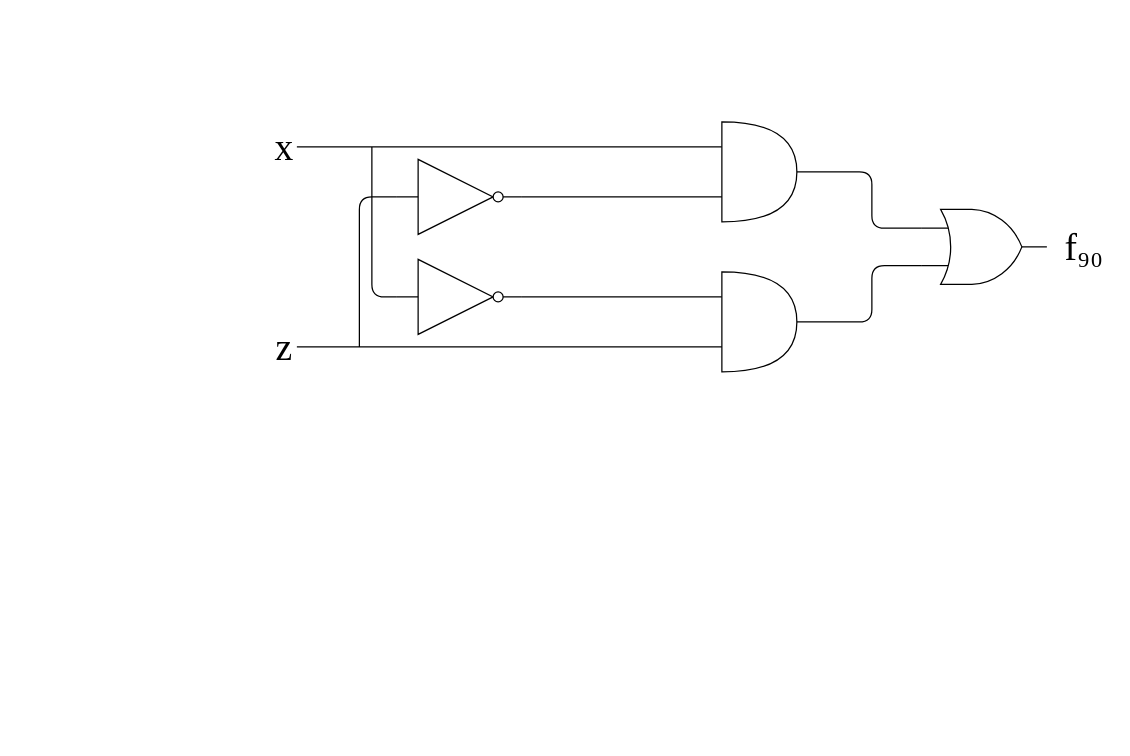
This is L演習2.drawio from PoriPoriPori/Pori, a draw.io file, before an edit. Source tidied: cells renumbered, new cells numbered last; positions are measured from the earlier drawing's top-left corner, leaving out a move shared by most shapes. Both pictures are drawn from the tidied source at 125%, with x=0, y=0 at pixel (259, 121).
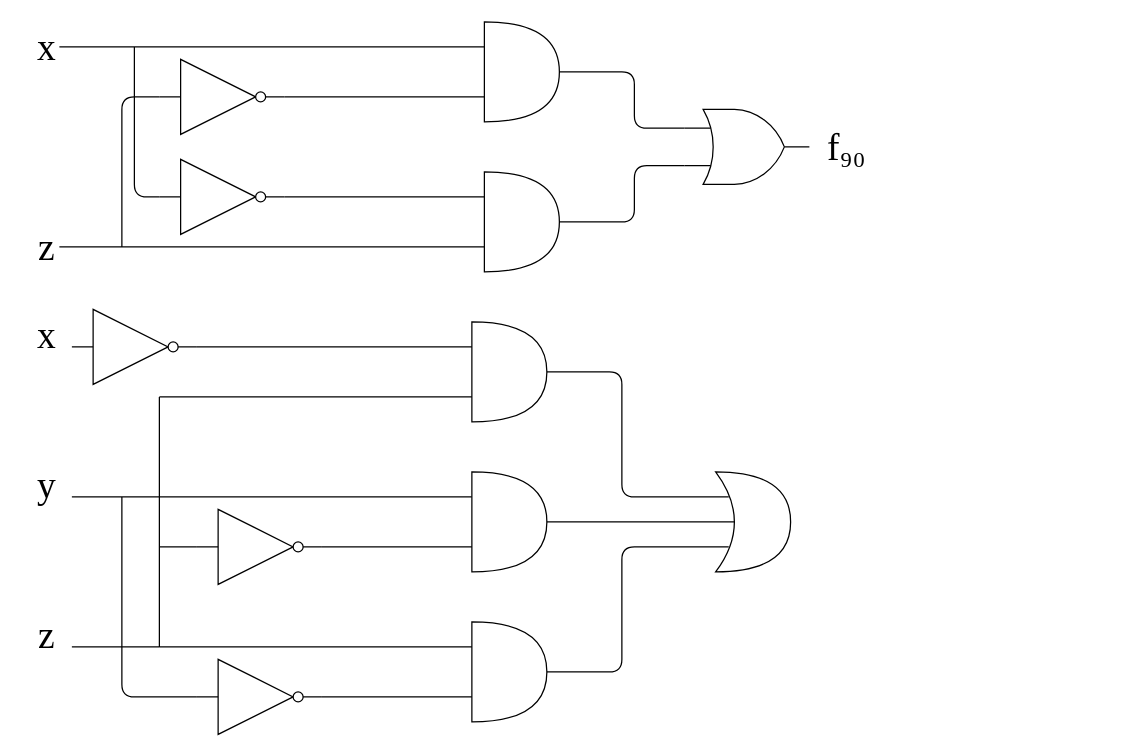
The same page after the edit.

Diff of the diagram source:
```diff
@@
-    <mxCell id="2" style="group;" parent="1" vertex="1">
-      <mxGeometry width="680" height="200" as="geometry" />
-    </mxCell>
-    <mxCell id="3" style="endArrow=none;html=1;entryX=0;entryY=0.25;entryDx=0;entryDy=0;entryPerimeter=0;" parent="2" edge="1" target="7">
-      <mxGeometry relative="1" as="geometry">
-        <mxPoint x="30" y="20" as="sourcePoint" />
-      </mxGeometry>
-    </mxCell>
+    <mxCell id="19" style="shape=xor;whiteSpace=wrap;html=1;" parent="1" vertex="1">
+      <mxGeometry x="365" y="280" width="60" height="80" as="geometry" />
+    </mxCell>
+    <mxCell id="20" style="shape=or;whiteSpace=wrap;html=1;" parent="1" vertex="1">
+      <mxGeometry x="170" y="160" width="60" height="80" as="geometry" />
+    </mxCell>
+    <mxCell id="21" style="group;" parent="1" vertex="1">
+      <mxGeometry x="-190" y="-80" width="680" height="200" as="geometry" />
+    </mxCell>
+    <mxCell id="22" style="endArrow=none;html=1;entryX=0;entryY=0.25;entryDx=0;entryDy=0;entryPerimeter=0;" parent="21" edge="1" target="7">
+      <mxGeometry relative="1" as="geometry">
+        <mxPoint x="30" y="20" as="sourcePoint" />
+      </mxGeometry>
+    </mxCell>
-    <mxCell id="4" style="verticalLabelPosition=bottom;shadow=0;dashed=0;align=center;html=1;verticalAlign=top;shape=mxgraph.electrical.logic_gates.inverter_2;sketch=0;strokeColor=#000000;fillColor=#ffffff;" parent="2" vertex="1">
+    <mxCell id="4" style="verticalLabelPosition=bottom;shadow=0;dashed=0;align=center;html=1;verticalAlign=top;shape=mxgraph.electrical.logic_gates.inverter_2;sketch=0;strokeColor=#000000;fillColor=#ffffff;" parent="21" vertex="1">
       <mxGeometry x="110" y="110" width="100" height="60" as="geometry" />
     </mxCell>
-    <mxCell id="5" style="verticalLabelPosition=bottom;shadow=0;dashed=0;align=center;html=1;verticalAlign=top;shape=mxgraph.electrical.logic_gates.logic_gate;operation=or;sketch=0;strokeColor=#000000;fillColor=#ffffff;" parent="2" vertex="1">
+    <mxCell id="5" style="verticalLabelPosition=bottom;shadow=0;dashed=0;align=center;html=1;verticalAlign=top;shape=mxgraph.electrical.logic_gates.logic_gate;operation=or;sketch=0;strokeColor=#000000;fillColor=#ffffff;" parent="21" vertex="1">
       <mxGeometry x="530" y="70" width="100" height="60" as="geometry" />
     </mxCell>
-    <mxCell id="6" style="verticalLabelPosition=bottom;shadow=0;dashed=0;align=center;html=1;verticalAlign=top;shape=mxgraph.electrical.logic_gates.inverter_2;sketch=0;strokeColor=#000000;fillColor=#ffffff;" parent="2" vertex="1">
+    <mxCell id="6" style="verticalLabelPosition=bottom;shadow=0;dashed=0;align=center;html=1;verticalAlign=top;shape=mxgraph.electrical.logic_gates.inverter_2;sketch=0;strokeColor=#000000;fillColor=#ffffff;" parent="21" vertex="1">
       <mxGeometry x="110" y="30" width="100" height="60" as="geometry" />
     </mxCell>
-    <mxCell id="7" style="shape=or;whiteSpace=wrap;html=1;shadow=0;sketch=0;strokeColor=#000000;fillColor=#ffffff;" parent="2" vertex="1">
+    <mxCell id="7" style="shape=or;whiteSpace=wrap;html=1;shadow=0;sketch=0;strokeColor=#000000;fillColor=#ffffff;" parent="21" vertex="1">
       <mxGeometry x="370" width="60" height="80" as="geometry" />
     </mxCell>
-    <mxCell id="8" style="endArrow=none;html=1;entryX=0;entryY=0.25;entryDx=0;entryDy=0;entryPerimeter=0;exitX=1;exitY=0.5;exitDx=0;exitDy=0;exitPerimeter=0;" parent="2" edge="1" source="4" target="9">
+    <mxCell id="8" style="endArrow=none;html=1;entryX=0;entryY=0.25;entryDx=0;entryDy=0;entryPerimeter=0;exitX=1;exitY=0.5;exitDx=0;exitDy=0;exitPerimeter=0;" parent="21" edge="1" source="4" target="9">
       <mxGeometry relative="1" as="geometry" />
     </mxCell>
-    <mxCell id="9" style="shape=or;whiteSpace=wrap;html=1;shadow=0;sketch=0;strokeColor=#000000;fillColor=#ffffff;" parent="2" vertex="1">
+    <mxCell id="9" style="shape=or;whiteSpace=wrap;html=1;shadow=0;sketch=0;strokeColor=#000000;fillColor=#ffffff;" parent="21" vertex="1">
       <mxGeometry x="370" y="120" width="60" height="80" as="geometry" />
     </mxCell>
-    <mxCell id="10" style="endArrow=none;html=1;exitX=0;exitY=0.5;exitDx=0;exitDy=0;exitPerimeter=0;" parent="2" edge="1" source="4">
-      <mxGeometry relative="1" as="geometry">
-        <mxPoint x="90" y="20" as="targetPoint" />
-        <Array as="points">
-          <mxPoint x="90" y="140" />
-        </Array>
-      </mxGeometry>
-    </mxCell>
+    <mxCell id="23" style="endArrow=none;html=1;exitX=0;exitY=0.5;exitDx=0;exitDy=0;exitPerimeter=0;" parent="21" edge="1" source="4">
+      <mxGeometry relative="1" as="geometry">
+        <mxPoint x="90" y="20" as="targetPoint" />
+        <Array as="points">
+          <mxPoint x="90" y="140" />
+        </Array>
+      </mxGeometry>
+    </mxCell>
-    <mxCell id="11" style="endArrow=none;html=1;entryX=0;entryY=0.75;entryDx=0;entryDy=0;entryPerimeter=0;exitX=1;exitY=0.5;exitDx=0;exitDy=0;exitPerimeter=0;" parent="2" edge="1" source="6" target="7">
+    <mxCell id="11" style="endArrow=none;html=1;entryX=0;entryY=0.75;entryDx=0;entryDy=0;entryPerimeter=0;exitX=1;exitY=0.5;exitDx=0;exitDy=0;exitPerimeter=0;" parent="21" edge="1" source="6" target="7">
       <mxGeometry relative="1" as="geometry" />
     </mxCell>
-    <mxCell id="12" style="endArrow=none;html=1;entryX=0;entryY=0.75;entryDx=0;entryDy=0;entryPerimeter=0;" parent="2" edge="1" target="9">
-      <mxGeometry relative="1" as="geometry">
-        <mxPoint x="30" y="180" as="sourcePoint" />
-      </mxGeometry>
-    </mxCell>
-    <mxCell id="13" style="endArrow=none;html=1;exitX=0;exitY=0.5;exitDx=0;exitDy=0;exitPerimeter=0;" parent="2" edge="1" source="6">
-      <mxGeometry relative="1" as="geometry">
-        <mxPoint x="80" y="180" as="targetPoint" />
-        <Array as="points">
-          <mxPoint x="80" y="60" />
-        </Array>
-      </mxGeometry>
-    </mxCell>
+    <mxCell id="24" style="endArrow=none;html=1;entryX=0;entryY=0.75;entryDx=0;entryDy=0;entryPerimeter=0;" parent="21" edge="1" target="9">
+      <mxGeometry relative="1" as="geometry">
+        <mxPoint x="30" y="180" as="sourcePoint" />
+      </mxGeometry>
+    </mxCell>
+    <mxCell id="25" style="endArrow=none;html=1;exitX=0;exitY=0.5;exitDx=0;exitDy=0;exitPerimeter=0;" parent="21" edge="1" source="6">
+      <mxGeometry relative="1" as="geometry">
+        <mxPoint x="80" y="180" as="targetPoint" />
+        <Array as="points">
+          <mxPoint x="80" y="60" />
+        </Array>
+      </mxGeometry>
+    </mxCell>
-    <mxCell id="14" style="endArrow=none;html=1;entryX=0;entryY=0.25;entryDx=0;entryDy=0;entryPerimeter=0;exitX=1;exitY=0.5;exitDx=0;exitDy=0;exitPerimeter=0;" parent="2" edge="1" source="7" target="5">
+    <mxCell id="14" style="endArrow=none;html=1;entryX=0;entryY=0.25;entryDx=0;entryDy=0;entryPerimeter=0;exitX=1;exitY=0.5;exitDx=0;exitDy=0;exitPerimeter=0;" parent="21" edge="1" source="7" target="5">
       <mxGeometry relative="1" as="geometry">
         <Array as="points">
           <mxPoint x="490" y="40" />
           <mxPoint x="490" y="85" />
         </Array>
       </mxGeometry>
     </mxCell>
-    <mxCell id="15" style="endArrow=none;html=1;entryX=0;entryY=0.75;entryDx=0;entryDy=0;entryPerimeter=0;exitX=1;exitY=0.5;exitDx=0;exitDy=0;exitPerimeter=0;" parent="2" edge="1" source="9" target="5">
+    <mxCell id="15" style="endArrow=none;html=1;entryX=0;entryY=0.75;entryDx=0;entryDy=0;entryPerimeter=0;exitX=1;exitY=0.5;exitDx=0;exitDy=0;exitPerimeter=0;" parent="21" edge="1" source="9" target="5">
       <mxGeometry relative="1" as="geometry">
         <Array as="points">
           <mxPoint x="490" y="160" />
           <mxPoint x="490" y="115" />
         </Array>
       </mxGeometry>
     </mxCell>
-    <mxCell id="16" value="&lt;font style=&quot;font-size: 30px&quot; face=&quot;Times New Roman&quot;&gt;x&lt;/font&gt;" style="text;html=1;strokeColor=none;fillColor=none;align=center;verticalAlign=middle;whiteSpace=wrap;rounded=0;shadow=0;sketch=0;" parent="2" vertex="1">
+    <mxCell id="16" value="&lt;font style=&quot;font-size: 30px&quot; face=&quot;Times New Roman&quot;&gt;x&lt;/font&gt;" style="text;html=1;strokeColor=none;fillColor=none;align=center;verticalAlign=middle;whiteSpace=wrap;rounded=0;shadow=0;sketch=0;" parent="21" vertex="1">
       <mxGeometry y="10" width="40" height="20" as="geometry" />
     </mxCell>
-    <mxCell id="17" value="&lt;font style=&quot;font-size: 30px&quot; face=&quot;Times New Roman&quot;&gt;z&lt;/font&gt;" style="text;html=1;strokeColor=none;fillColor=none;align=center;verticalAlign=middle;whiteSpace=wrap;rounded=0;shadow=0;sketch=0;" parent="2" vertex="1">
+    <mxCell id="17" value="&lt;font style=&quot;font-size: 30px&quot; face=&quot;Times New Roman&quot;&gt;z&lt;/font&gt;" style="text;html=1;strokeColor=none;fillColor=none;align=center;verticalAlign=middle;whiteSpace=wrap;rounded=0;shadow=0;sketch=0;" parent="21" vertex="1">
       <mxGeometry y="170" width="40" height="20" as="geometry" />
     </mxCell>
-    <mxCell id="18" value="&lt;div style=&quot;font-size: 30px&quot;&gt;&lt;font style=&quot;font-size: 30px&quot; face=&quot;Times New Roman&quot;&gt;f₉₀&lt;/font&gt;&lt;/div&gt;" style="text;html=1;strokeColor=none;fillColor=none;align=center;verticalAlign=middle;whiteSpace=wrap;rounded=0;shadow=0;sketch=0;" parent="2" vertex="1">
+    <mxCell id="18" value="&lt;div style=&quot;font-size: 30px&quot;&gt;&lt;font style=&quot;font-size: 30px&quot; face=&quot;Times New Roman&quot;&gt;f₉₀&lt;/font&gt;&lt;/div&gt;" style="text;html=1;strokeColor=none;fillColor=none;align=center;verticalAlign=middle;whiteSpace=wrap;rounded=0;shadow=0;sketch=0;" parent="21" vertex="1">
       <mxGeometry x="640" y="90" width="40" height="20" as="geometry" />
     </mxCell>
+    <mxCell id="26" value="&lt;font style=&quot;font-size: 30px&quot; face=&quot;Times New Roman&quot;&gt;x&lt;/font&gt;" style="text;html=1;strokeColor=none;fillColor=none;align=center;verticalAlign=middle;whiteSpace=wrap;rounded=0;shadow=0;sketch=0;" parent="1" vertex="1">
+      <mxGeometry x="-190" y="160" width="40" height="20" as="geometry" />
+    </mxCell>
+    <mxCell id="27" value="&lt;font style=&quot;font-size: 30px&quot; face=&quot;Times New Roman&quot;&gt;z&lt;/font&gt;" style="text;html=1;strokeColor=none;fillColor=none;align=center;verticalAlign=middle;whiteSpace=wrap;rounded=0;shadow=0;sketch=0;" parent="1" vertex="1">
+      <mxGeometry x="-190" y="400" width="40" height="20" as="geometry" />
+    </mxCell>
+    <mxCell id="28" value="&lt;font style=&quot;font-size: 30px&quot; face=&quot;Times New Roman&quot;&gt;y&lt;/font&gt;" style="text;html=1;strokeColor=none;fillColor=none;align=center;verticalAlign=middle;whiteSpace=wrap;rounded=0;shadow=0;sketch=0;" parent="1" vertex="1">
+      <mxGeometry x="-190" y="280" width="40" height="20" as="geometry" />
+    </mxCell>
+    <mxCell id="29" style="endArrow=none;html=1;entryX=0;entryY=0.25;entryDx=0;entryDy=0;entryPerimeter=0;exitX=1;exitY=0.5;exitDx=0;exitDy=0;exitPerimeter=0;" parent="1" edge="1" source="30" target="20">
+      <mxGeometry relative="1" as="geometry" />
+    </mxCell>
+    <mxCell id="30" style="verticalLabelPosition=bottom;shadow=0;dashed=0;align=center;html=1;verticalAlign=top;shape=mxgraph.electrical.logic_gates.inverter_2;sketch=0;strokeColor=#000000;fillColor=#ffffff;" parent="1" vertex="1">
+      <mxGeometry x="-150" y="150" width="100" height="60" as="geometry" />
+    </mxCell>
+    <mxCell id="31" style="endArrow=none;html=1;entryX=1;entryY=1;entryDx=0;entryDy=0;exitX=0;exitY=0.25;exitDx=0;exitDy=0;exitPerimeter=0;" parent="1" edge="1" source="32" target="28">
+      <mxGeometry relative="1" as="geometry" />
+    </mxCell>
+    <mxCell id="32" style="shape=or;whiteSpace=wrap;html=1;" parent="1" vertex="1">
+      <mxGeometry x="170" y="280" width="60" height="80" as="geometry" />
+    </mxCell>
+    <mxCell id="33" style="shape=or;whiteSpace=wrap;html=1;" parent="1" vertex="1">
+      <mxGeometry x="170" y="400" width="60" height="80" as="geometry" />
+    </mxCell>
+    <mxCell id="34" style="verticalLabelPosition=bottom;shadow=0;dashed=0;align=center;html=1;verticalAlign=top;shape=mxgraph.electrical.logic_gates.inverter_2;sketch=0;strokeColor=#000000;fillColor=#ffffff;" parent="1" vertex="1">
+      <mxGeometry x="-50" y="310" width="100" height="60" as="geometry" />
+    </mxCell>
+    <mxCell id="35" style="endArrow=none;html=1;exitX=0;exitY=0.5;exitDx=0;exitDy=0;exitPerimeter=0;" parent="1" edge="1" source="34">
+      <mxGeometry relative="1" as="geometry">
+        <mxPoint x="-80" y="340" as="targetPoint" />
+      </mxGeometry>
+    </mxCell>
+    <mxCell id="36" style="endArrow=none;html=1;exitX=1;exitY=0.5;exitDx=0;exitDy=0;exitPerimeter=0;entryX=0;entryY=0.75;entryDx=0;entryDy=0;entryPerimeter=0;" parent="1" edge="1" source="34" target="32">
+      <mxGeometry relative="1" as="geometry" />
+    </mxCell>
+    <mxCell id="37" style="endArrow=none;html=1;exitX=0;exitY=0.5;exitDx=0;exitDy=0;exitPerimeter=0;" parent="1" edge="1" source="38">
+      <mxGeometry relative="1" as="geometry">
+        <mxPoint x="-110" y="300" as="targetPoint" />
+        <Array as="points">
+          <mxPoint x="-110" y="460" />
+        </Array>
+      </mxGeometry>
+    </mxCell>
+    <mxCell id="38" style="verticalLabelPosition=bottom;shadow=0;dashed=0;align=center;html=1;verticalAlign=top;shape=mxgraph.electrical.logic_gates.inverter_2;sketch=0;strokeColor=#000000;fillColor=#ffffff;" parent="1" vertex="1">
+      <mxGeometry x="-50" y="430" width="100" height="60" as="geometry" />
+    </mxCell>
+    <mxCell id="39" style="endArrow=none;html=1;entryX=1;entryY=0.5;entryDx=0;entryDy=0;entryPerimeter=0;exitX=0;exitY=0.75;exitDx=0;exitDy=0;exitPerimeter=0;" parent="1" edge="1" source="33" target="38">
+      <mxGeometry relative="1" as="geometry" />
+    </mxCell>
+    <mxCell id="40" style="endArrow=none;html=1;exitX=0;exitY=0.25;exitDx=0;exitDy=0;exitPerimeter=0;" parent="1" edge="1" source="33">
+      <mxGeometry relative="1" as="geometry">
+        <mxPoint x="-80" y="420" as="targetPoint" />
+      </mxGeometry>
+    </mxCell>
+    <mxCell id="41" style="endArrow=none;html=1;exitX=1;exitY=1;exitDx=0;exitDy=0;" parent="1" edge="1" source="27">
+      <mxGeometry relative="1" as="geometry">
+        <mxPoint x="-80" y="420" as="targetPoint" />
+      </mxGeometry>
+    </mxCell>
+    <mxCell id="42" style="endArrow=none;html=1;" parent="1" edge="1">
+      <mxGeometry relative="1" as="geometry">
+        <mxPoint x="-80" y="420" as="sourcePoint" />
+        <mxPoint x="-80" y="220" as="targetPoint" />
+      </mxGeometry>
+    </mxCell>
+    <mxCell id="43" style="endArrow=none;html=1;exitX=0;exitY=0.75;exitDx=0;exitDy=0;exitPerimeter=0;" parent="1" edge="1" source="20">
+      <mxGeometry relative="1" as="geometry">
+        <mxPoint x="-80" y="220" as="targetPoint" />
+      </mxGeometry>
+    </mxCell>
+    <mxCell id="44" style="endArrow=none;html=1;entryX=1;entryY=0.5;entryDx=0;entryDy=0;entryPerimeter=0;exitX=0.175;exitY=0.25;exitDx=0;exitDy=0;exitPerimeter=0;" parent="1" edge="1" source="19" target="20">
+      <mxGeometry relative="1" as="geometry">
+        <Array as="points">
+          <mxPoint x="290" y="300" />
+          <mxPoint x="290" y="200" />
+        </Array>
+      </mxGeometry>
+    </mxCell>
+    <mxCell id="45" style="endArrow=none;html=1;entryX=1;entryY=0.5;entryDx=0;entryDy=0;entryPerimeter=0;exitX=0.25;exitY=0.5;exitDx=0;exitDy=0;exitPerimeter=0;" parent="1" edge="1" source="19" target="32">
+      <mxGeometry relative="1" as="geometry" />
+    </mxCell>
+    <mxCell id="46" style="endArrow=none;html=1;entryX=1;entryY=0.5;entryDx=0;entryDy=0;entryPerimeter=0;exitX=0.175;exitY=0.75;exitDx=0;exitDy=0;exitPerimeter=0;" parent="1" edge="1" source="19" target="33">
+      <mxGeometry relative="1" as="geometry">
+        <Array as="points">
+          <mxPoint x="290" y="340" />
+          <mxPoint x="290" y="440" />
+        </Array>
+      </mxGeometry>
+    </mxCell>
```
